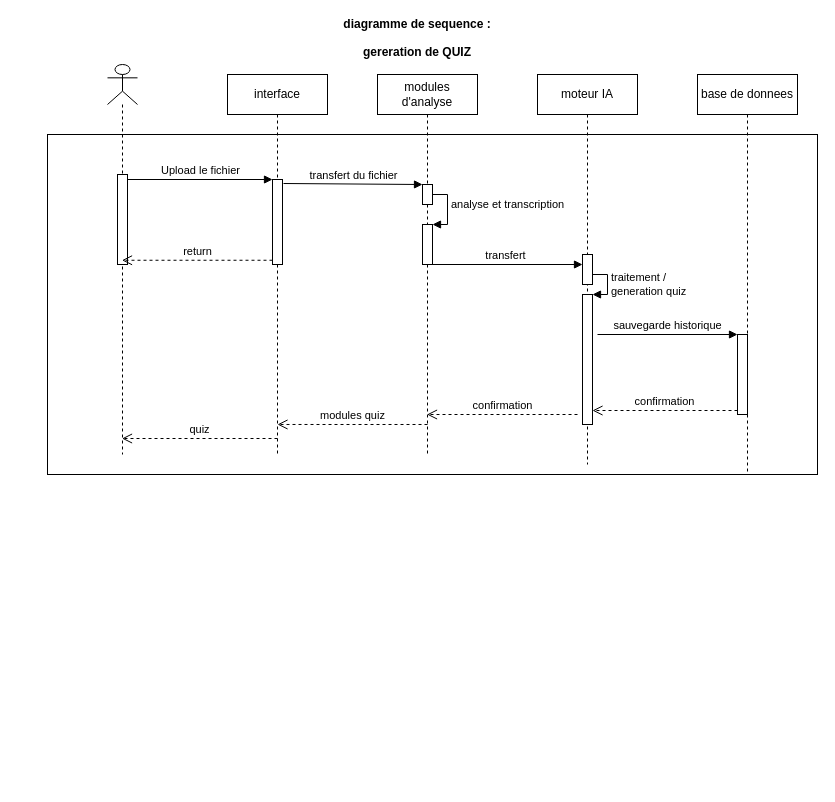
This is resource/diagrammes uml . MAEL/sequence diagramme MAEL.drawio from OIC-Bafoussam/revise-ai, a draw.io file, before an edit. Source tidied: cells renumbered, new cells numbered last; positions are measured from the earlier drawing's top-left corner, leaving out a move shared by most shapes. Both pictures are drawn from the tidied source at 100%, with x=0, y=0 at pixel (47, 24).
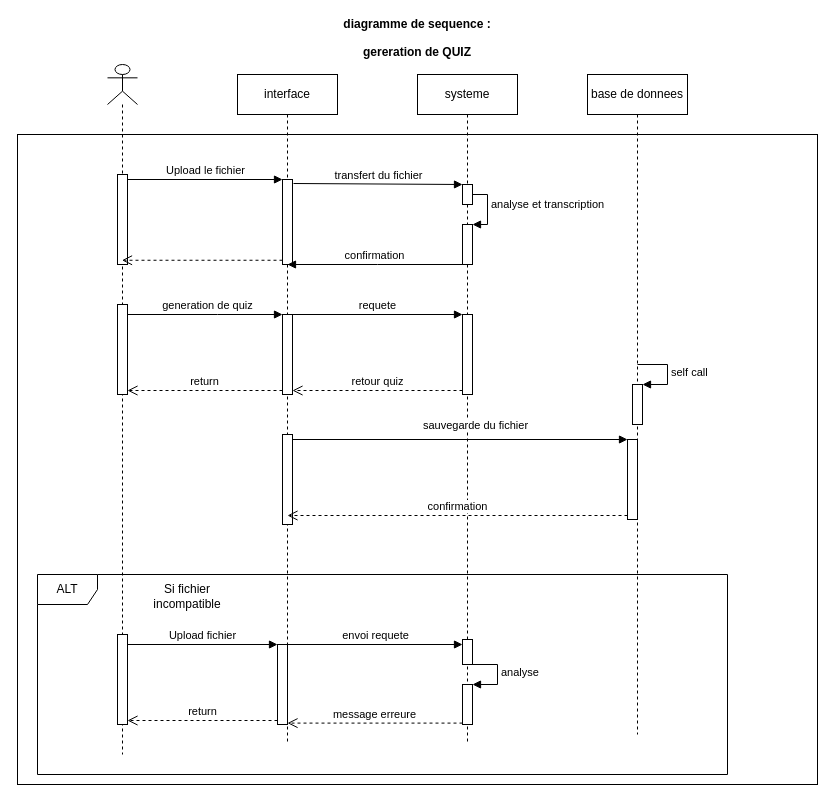
Above is the later version.

Unchanged cells that the change refers to:
```xml
<mxCell id="6" style="html=1;points=[];perimeter=orthogonalPerimeter;" parent="5" vertex="1">
  <mxGeometry x="45" y="105" width="10" height="85" as="geometry" />
</mxCell>
<mxCell id="10" style="html=1;points=[];perimeter=orthogonalPerimeter;" parent="8" vertex="1">
  <mxGeometry x="45" y="150" width="10" height="40" as="geometry" />
</mxCell>
```

What changed in the source:
```diff
@@
     <mxCell id="2" style="rounded=0;whiteSpace=wrap;html=1;" parent="1" vertex="1">
-      <mxGeometry y="110" width="770" height="340" as="geometry" />
+      <mxGeometry x="-30" y="110" width="800" height="650" as="geometry" />
     </mxCell>
     <mxCell id="3" style="shape=umlLifeline;participant=umlActor;perimeter=lifelinePerimeter;whiteSpace=wrap;html=1;verticalAlign=top;spacingTop=36;outlineConnect=0;" parent="1" vertex="1">
-      <mxGeometry x="60" y="40" width="30" height="390" as="geometry" />
+      <mxGeometry x="60" y="40" width="30" height="690" as="geometry" />
     </mxCell>
@@
+    <mxCell id="27" style="html=1;points=[];perimeter=orthogonalPerimeter;" parent="3" vertex="1">
+      <mxGeometry x="10" y="240" width="10" height="90" as="geometry" />
+    </mxCell>
     <mxCell id="5" value="interface" style="shape=umlLifeline;perimeter=lifelinePerimeter;whiteSpace=wrap;html=1;outlineConnect=0;" parent="1" vertex="1">
-      <mxGeometry x="180" y="50" width="100" height="380" as="geometry" />
+      <mxGeometry x="190" y="50" width="100" height="670" as="geometry" />
     </mxCell>
@@
-    <mxCell id="7" value="quiz" style="html=1;verticalAlign=bottom;endArrow=open;dashed=1;endSize=8;rounded=0;" parent="5" edge="1" target="3">
-      <mxGeometry relative="1" as="geometry">
-        <mxPoint x="50" y="364" as="sourcePoint" />
-      </mxGeometry>
-    </mxCell>
+    <mxCell id="28" style="html=1;points=[];perimeter=orthogonalPerimeter;" parent="5" vertex="1">
+      <mxGeometry x="45" y="240" width="10" height="80" as="geometry" />
+    </mxCell>
+    <mxCell id="29" style="html=1;points=[];perimeter=orthogonalPerimeter;" parent="5" vertex="1">
+      <mxGeometry x="45" y="360" width="10" height="90" as="geometry" />
+    </mxCell>
-    <mxCell id="8" value="modules d'analyse" style="shape=umlLifeline;perimeter=lifelinePerimeter;whiteSpace=wrap;html=1;outlineConnect=0;" parent="1" vertex="1">
-      <mxGeometry x="330" y="50" width="100" height="380" as="geometry" />
+    <mxCell id="8" value="systeme" style="shape=umlLifeline;perimeter=lifelinePerimeter;whiteSpace=wrap;html=1;outlineConnect=0;" parent="1" vertex="1">
+      <mxGeometry x="370" y="50" width="100" height="670" as="geometry" />
     </mxCell>
@@
-    <mxCell id="12" value="moteur IA" style="shape=umlLifeline;perimeter=lifelinePerimeter;whiteSpace=wrap;html=1;" parent="1" vertex="1">
-      <mxGeometry x="490" y="50" width="100" height="390" as="geometry" />
-    </mxCell>
-    <mxCell id="13" style="html=1;points=[];perimeter=orthogonalPerimeter;" parent="12" vertex="1">
-      <mxGeometry x="45" y="180" width="10" height="30" as="geometry" />
-    </mxCell>
-    <mxCell id="14" style="html=1;points=[];perimeter=orthogonalPerimeter;" parent="12" vertex="1">
-      <mxGeometry x="45" y="220" width="10" height="130" as="geometry" />
-    </mxCell>
-    <mxCell id="15" value="traitement / &lt;br&gt;generation quiz" style="edgeStyle=orthogonalEdgeStyle;html=1;align=left;spacingLeft=2;endArrow=block;rounded=0;entryX=1;entryY=0;" parent="12" edge="1" target="14">
-      <mxGeometry relative="1" as="geometry">
-        <mxPoint x="55" y="200" as="sourcePoint" />
-        <Array as="points">
-          <mxPoint x="70" y="200" />
-          <mxPoint x="70" y="220" />
-        </Array>
-      </mxGeometry>
-    </mxCell>
+    <mxCell id="30" style="html=1;points=[];perimeter=orthogonalPerimeter;" parent="8" vertex="1">
+      <mxGeometry x="45" y="240" width="10" height="80" as="geometry" />
+    </mxCell>
@@
-    <mxCell id="17" value="return" style="html=1;verticalAlign=bottom;endArrow=open;dashed=1;endSize=8;exitX=0;exitY=0.95;rounded=0;" parent="1" edge="1" source="6" target="3">
+    <mxCell id="17" style="html=1;verticalAlign=bottom;endArrow=open;dashed=1;endSize=8;exitX=0;exitY=0.95;rounded=0;" parent="1" edge="1" source="6" target="3">
       <mxGeometry relative="1" as="geometry" />
     </mxCell>
@@
     <mxCell id="19" value="base de donnees" style="shape=umlLifeline;perimeter=lifelinePerimeter;whiteSpace=wrap;html=1;" parent="1" vertex="1">
-      <mxGeometry x="650" y="50" width="100" height="400" as="geometry" />
+      <mxGeometry x="540" y="50" width="100" height="660" as="geometry" />
     </mxCell>
-    <mxCell id="20" style="html=1;points=[];perimeter=orthogonalPerimeter;" parent="19" vertex="1">
-      <mxGeometry x="40" y="260" width="10" height="80" as="geometry" />
-    </mxCell>
-    <mxCell id="21" value="transfert" style="html=1;verticalAlign=bottom;endArrow=block;rounded=0;" parent="1" edge="1" target="13">
+    <mxCell id="21" value="confirmation" style="html=1;verticalAlign=bottom;endArrow=block;rounded=0;entryX=0.5;entryY=1;entryDx=0;entryDy=0;entryPerimeter=0;exitX=0;exitY=1;exitDx=0;exitDy=0;exitPerimeter=0;" parent="1" edge="1" source="10" target="6">
       <mxGeometry relative="1" as="geometry">
-        <mxPoint x="380" y="240" as="sourcePoint" />
+        <Array as="points">
+          <mxPoint x="330" y="240" />
+        </Array>
       </mxGeometry>
     </mxCell>
-    <mxCell id="22" value="sauvegarde historique" style="html=1;verticalAlign=bottom;endArrow=block;entryX=0;entryY=0;rounded=0;" parent="1" edge="1" target="20">
-      <mxGeometry relative="1" as="geometry">
-        <mxPoint x="550" y="310" as="sourcePoint" />
-      </mxGeometry>
-    </mxCell>
+    <mxCell id="26" value="diagramme de sequence :&#10;&#10;gereration de QUIZ" style="text;align=center;fontStyle=1;verticalAlign=middle;spacingLeft=3;spacingRight=3;strokeColor=none;" parent="1" vertex="1">
+      <mxGeometry x="330" width="80" height="26" as="geometry" />
+    </mxCell>
+    <mxCell id="31" value="generation de quiz" style="html=1;verticalAlign=bottom;endArrow=block;entryX=0;entryY=0;rounded=0;" parent="1" edge="1" source="27" target="28">
+      <mxGeometry x="0.03" relative="1" as="geometry">
+        <Array as="points">
+          <mxPoint x="170" y="290" />
+        </Array>
+      </mxGeometry>
+    </mxCell>
+    <mxCell id="32" value="return" style="html=1;verticalAlign=bottom;endArrow=open;dashed=1;endSize=8;exitX=0;exitY=0.95;rounded=0;" parent="1" edge="1" source="28" target="27">
+      <mxGeometry relative="1" as="geometry" />
+    </mxCell>
+    <mxCell id="33" value="requete" style="html=1;verticalAlign=bottom;endArrow=block;entryX=0;entryY=0;rounded=0;" parent="1" edge="1" source="28" target="30">
+      <mxGeometry relative="1" as="geometry" />
+    </mxCell>
+    <mxCell id="34" value="retour quiz" style="html=1;verticalAlign=bottom;endArrow=open;dashed=1;endSize=8;exitX=0;exitY=0.95;rounded=0;" parent="1" edge="1" source="30" target="28">
+      <mxGeometry relative="1" as="geometry">
+        <Array as="points">
+          <mxPoint x="390" y="366" />
+        </Array>
+      </mxGeometry>
+    </mxCell>
+    <mxCell id="35" style="html=1;points=[];perimeter=orthogonalPerimeter;" parent="1" vertex="1">
+      <mxGeometry x="580" y="415" width="10" height="80" as="geometry" />
+    </mxCell>
+    <mxCell id="36" value="sauvegarde du fichier" style="html=1;verticalAlign=bottom;endArrow=block;entryX=0;entryY=0;rounded=0;" parent="1" edge="1" source="29" target="35">
+      <mxGeometry x="0.1" y="5" relative="1" as="geometry">
+        <mxPoint x="-1" as="offset" />
+      </mxGeometry>
+    </mxCell>
-    <mxCell id="23" value="confirmation" style="html=1;verticalAlign=bottom;endArrow=open;dashed=1;endSize=8;exitX=0;exitY=0.95;rounded=0;" parent="1" edge="1" source="20" target="14">
-      <mxGeometry relative="1" as="geometry" />
+    <mxCell id="23" value="confirmation" style="html=1;verticalAlign=bottom;endArrow=open;dashed=1;endSize=8;exitX=0;exitY=0.95;rounded=0;" parent="1" edge="1" source="35">
+      <mxGeometry relative="1" as="geometry">
+        <mxPoint x="240" y="491" as="targetPoint" />
+      </mxGeometry>
     </mxCell>
-    <mxCell id="24" value="confirmation" style="html=1;verticalAlign=bottom;endArrow=open;dashed=1;endSize=8;rounded=0;" parent="1" edge="1" target="8">
-      <mxGeometry relative="1" as="geometry">
-        <mxPoint x="530" y="390" as="sourcePoint" />
-      </mxGeometry>
-    </mxCell>
-    <mxCell id="25" value="modules quiz" style="html=1;verticalAlign=bottom;endArrow=open;dashed=1;endSize=8;rounded=0;entryX=0.5;entryY=0.921;entryDx=0;entryDy=0;entryPerimeter=0;" parent="1" edge="1" target="5">
-      <mxGeometry relative="1" as="geometry">
-        <mxPoint x="380" y="400" as="sourcePoint" />
-      </mxGeometry>
-    </mxCell>
-    <mxCell id="26" value="diagramme de sequence :&#10;&#10;gereration de QUIZ" style="text;align=center;fontStyle=1;verticalAlign=middle;spacingLeft=3;spacingRight=3;strokeColor=none;" parent="1" vertex="1">
-      <mxGeometry x="330" width="80" height="26" as="geometry" />
-    </mxCell>
+    <mxCell id="37" value="ALT" style="shape=umlFrame;whiteSpace=wrap;html=1;" parent="1" vertex="1">
+      <mxGeometry x="-10" y="550" width="690" height="200" as="geometry" />
+    </mxCell>
+    <mxCell id="38" value="Si fichier incompatible" style="text;html=1;strokeColor=none;fillColor=none;align=center;verticalAlign=middle;whiteSpace=wrap;rounded=0;" parent="1" vertex="1">
+      <mxGeometry x="110" y="557" width="60" height="30" as="geometry" />
+    </mxCell>
+    <mxCell id="39" style="html=1;points=[];perimeter=orthogonalPerimeter;" parent="1" vertex="1">
+      <mxGeometry x="230" y="620" width="10" height="80" as="geometry" />
+    </mxCell>
+    <mxCell id="40" value="Upload fichier" style="html=1;verticalAlign=bottom;endArrow=block;entryX=0;entryY=0;rounded=0;" parent="1" edge="1" source="42" target="39">
+      <mxGeometry relative="1" as="geometry" />
+    </mxCell>
+    <mxCell id="41" value="return" style="html=1;verticalAlign=bottom;endArrow=open;dashed=1;endSize=8;exitX=0;exitY=0.95;rounded=0;" parent="1" edge="1" source="39" target="42">
+      <mxGeometry relative="1" as="geometry" />
+    </mxCell>
+    <mxCell id="42" style="html=1;points=[];perimeter=orthogonalPerimeter;" parent="1" vertex="1">
+      <mxGeometry x="70" y="610" width="10" height="90" as="geometry" />
+    </mxCell>
+    <mxCell id="43" style="html=1;points=[];perimeter=orthogonalPerimeter;" parent="1" vertex="1">
+      <mxGeometry x="585" y="360" width="10" height="40" as="geometry" />
+    </mxCell>
+    <mxCell id="44" value="self call" style="edgeStyle=orthogonalEdgeStyle;html=1;align=left;spacingLeft=2;endArrow=block;rounded=0;entryX=1;entryY=0;" parent="1" edge="1" target="43">
+      <mxGeometry relative="1" as="geometry">
+        <mxPoint x="590" y="340" as="sourcePoint" />
+        <Array as="points">
+          <mxPoint x="620" y="340" />
+        </Array>
+      </mxGeometry>
+    </mxCell>
+    <mxCell id="45" style="html=1;points=[];perimeter=orthogonalPerimeter;" parent="1" vertex="1">
+      <mxGeometry x="415" y="615" width="10" height="25" as="geometry" />
+    </mxCell>
+    <mxCell id="46" style="html=1;points=[];perimeter=orthogonalPerimeter;" parent="1" vertex="1">
+      <mxGeometry x="415" y="660" width="10" height="40" as="geometry" />
+    </mxCell>
+    <mxCell id="47" value="analyse" style="edgeStyle=orthogonalEdgeStyle;html=1;align=left;spacingLeft=2;endArrow=block;rounded=0;entryX=1;entryY=0;" parent="1" edge="1" target="46">
+      <mxGeometry relative="1" as="geometry">
+        <mxPoint x="420" y="640" as="sourcePoint" />
+        <Array as="points">
+          <mxPoint x="450" y="640" />
+        </Array>
+      </mxGeometry>
+    </mxCell>
+    <mxCell id="48" value="envoi requete" style="html=1;verticalAlign=bottom;endArrow=block;rounded=0;" parent="1" edge="1" target="45">
+      <mxGeometry relative="1" as="geometry">
+        <mxPoint x="240" y="620" as="sourcePoint" />
+      </mxGeometry>
+    </mxCell>
+    <mxCell id="49" value="message erreure" style="html=1;verticalAlign=bottom;endArrow=open;dashed=1;endSize=8;rounded=0;" parent="1" edge="1" target="39">
+      <mxGeometry relative="1" as="geometry">
+        <mxPoint x="415" y="698.6" as="sourcePoint" />
+      </mxGeometry>
+    </mxCell>
```
